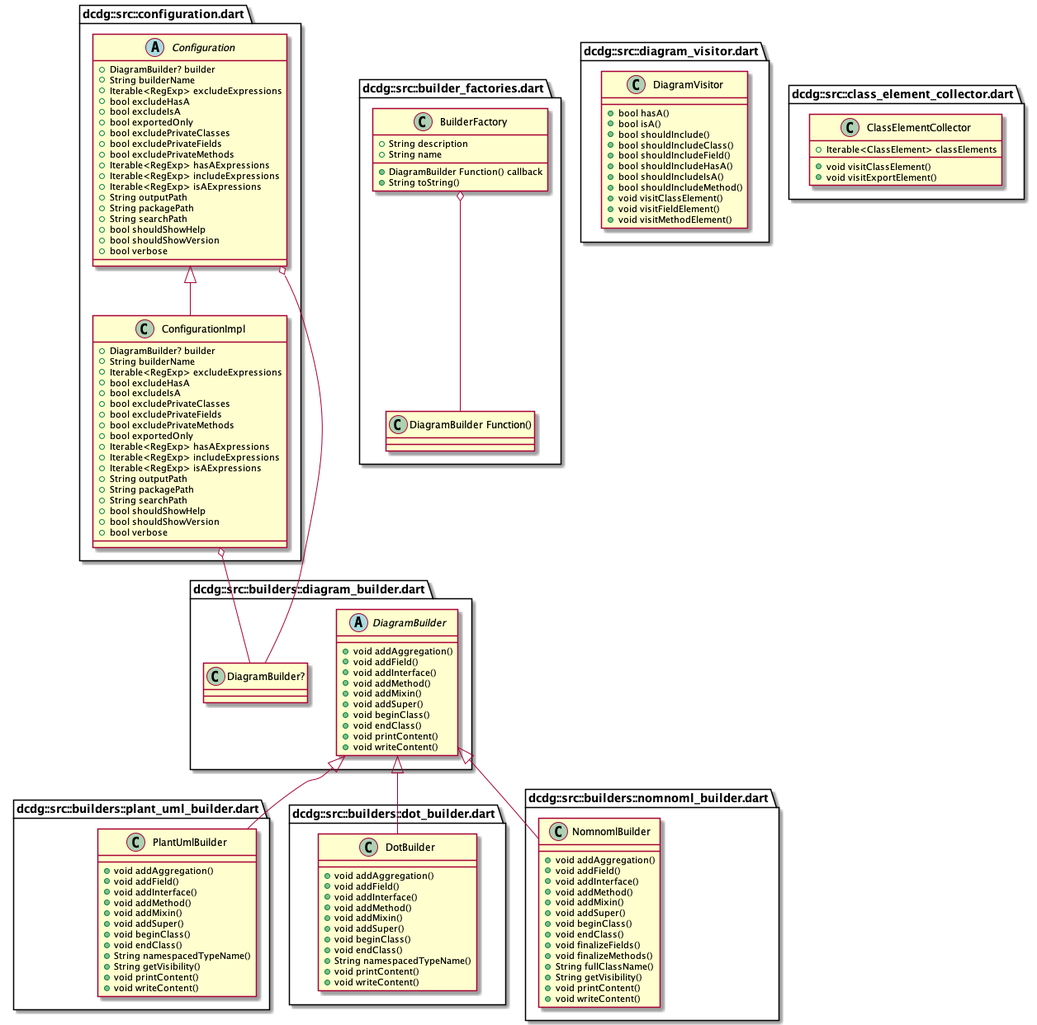
The PlantUML diagram example/dcdg.png in glesica/dcdg.dart, before a commit.
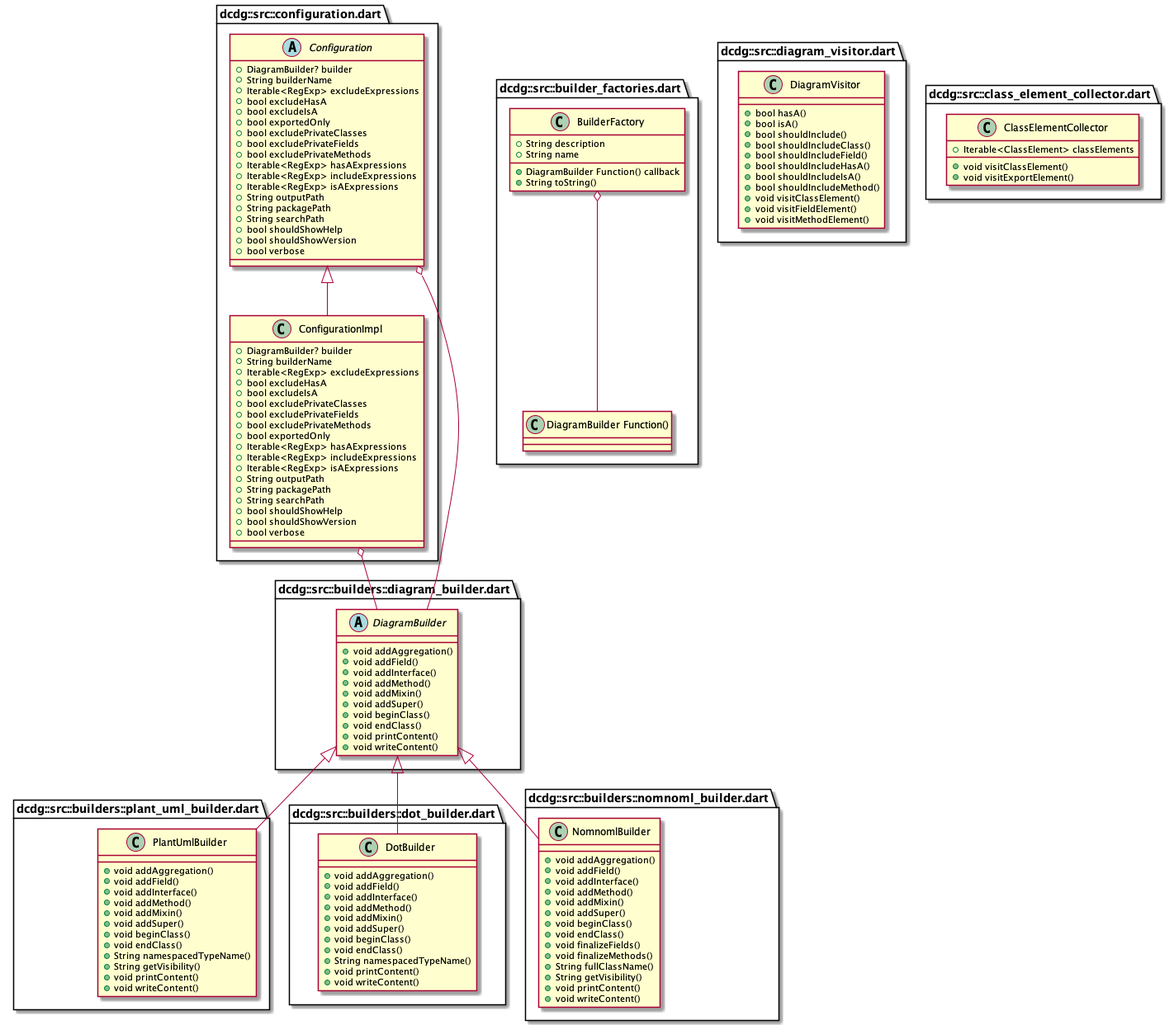
Later version of the same file.

Diff of the diagram source:
```diff
@@ -96,7 +96,7 @@
   +bool verbose
 }
 
-"dcdg::src::configuration.dart::Configuration" o-- "dcdg::src::builders::diagram_builder.dart::DiagramBuilder?"
+"dcdg::src::configuration.dart::Configuration" o-- "dcdg::src::builders::diagram_builder.dart::DiagramBuilder"
 
 class "dcdg::src::configuration.dart::ConfigurationImpl" {
   +DiagramBuilder? builder
@@ -119,7 +119,7 @@
   +bool verbose
 }
 
-"dcdg::src::configuration.dart::ConfigurationImpl" o-- "dcdg::src::builders::diagram_builder.dart::DiagramBuilder?"
+"dcdg::src::configuration.dart::ConfigurationImpl" o-- "dcdg::src::builders::diagram_builder.dart::DiagramBuilder"
 "dcdg::src::configuration.dart::Configuration" <|-- "dcdg::src::configuration.dart::ConfigurationImpl"
 
 class "dcdg::src::diagram_visitor.dart::DiagramVisitor" {
```
